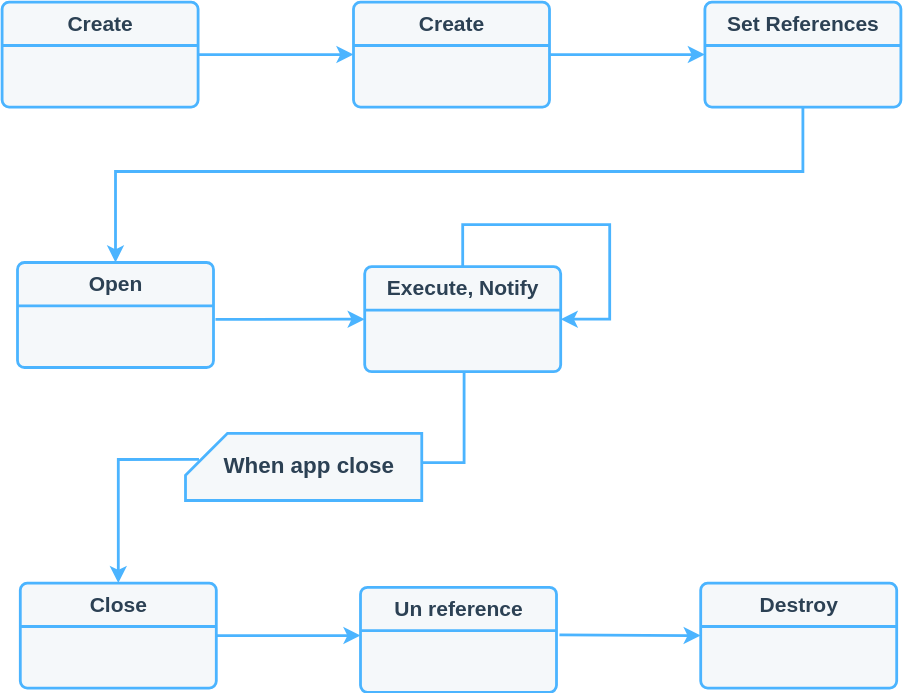
This is static/images/tutorials/component_lifecycle/component_lifecycle_scheme.svg from pip-services/pip-services-docs, a draw.io export, as it was before one commit. Source tidied: cells renumbered, new cells last; positions are measured from the earlier drawing's top-left corner, leaving out a move shared by most shapes. Source of this version:
```xml
<mxGraphModel>
  <root>
    <mxCell id="0" />
    <mxCell id="1" parent="0" />
    <mxCell id="2" style="endArrow=classic;html=1;rounded=0;fontFamily=Source Sans pro;fontSource=https%3A%2F%2Ffonts.googleapis.com%2Fcss%3Ffamily%3DSource%2BSans%2Bpro;fontSize=14;fontColor=#33FF99;strokeColor=#4BB4FF;strokeWidth=2;exitX=1;exitY=0.5;exitDx=0;exitDy=0;sketch=0;entryX=0;entryY=0.5;entryDx=0;entryDy=0;" parent="1" edge="1" source="12" target="14">
      <mxGeometry relative="1" as="geometry" />
    </mxCell>
    <mxCell id="3" style="edgeStyle=orthogonalEdgeStyle;rounded=0;jettySize=auto;html=1;fontFamily=Source Sans pro;fontSource=https%3A%2F%2Ffonts.googleapis.com%2Fcss%3Ffamily%3DSource%2BSans%2Bpro;fontSize=14;fontColor=#33FF99;startArrow=none;strokeWidth=2;strokeColor=#4BB4FF;entryX=0.5;entryY=0;entryDx=0;entryDy=0;sketch=0;exitX=0.057;exitY=0.389;exitDx=0;exitDy=0;exitPerimeter=0;" parent="1" edge="1" source="4" target="23">
      <mxGeometry relative="1" as="geometry">
        <Array as="points">
          <mxPoint x="83" y="327" />
        </Array>
      </mxGeometry>
    </mxCell>
    <mxCell id="4" style="shape=card;whiteSpace=wrap;html=1;shadow=0;glass=0;labelBackgroundColor=none;labelBorderColor=none;sketch=0;fontFamily=Helvetica;fontSource=https%3A%2F%2Ffonts.googleapis.com%2Fcss%3Ffamily%3DSource%2BSans%2Bpro;fontSize=13;fontColor=default;strokeColor=#4BB4FF;strokeWidth=2;fillColor=#F5F8FA;gradientColor=none;rounded=1;arcSize=0;" parent="1" vertex="1">
      <mxGeometry x="131" y="308" width="168.8" height="48" as="geometry" />
    </mxCell>
    <mxCell id="5" style="edgeStyle=orthogonalEdgeStyle;rounded=0;jettySize=auto;html=1;fontFamily=Source Sans pro;fontSource=https%3A%2F%2Ffonts.googleapis.com%2Fcss%3Ffamily%3DSource%2BSans%2Bpro;fontSize=14;fontColor=#33FF99;endArrow=none;strokeWidth=2;strokeColor=#4BB4FF;sketch=0;exitX=0.5;exitY=1;exitDx=0;exitDy=0;" parent="1" edge="1" source="21" target="4">
      <mxGeometry relative="1" as="geometry">
        <Array as="points">
          <mxPoint x="330" y="264" />
          <mxPoint x="330" y="329" />
        </Array>
      </mxGeometry>
    </mxCell>
    <mxCell id="6" value="&lt;font style=&quot;font-size: 16px;&quot;&gt;When app close&lt;/font&gt;" style="text;strokeColor=none;fillColor=none;align=center;verticalAlign=middle;rounded=0;shadow=0;glass=0;labelBackgroundColor=none;sketch=0;fontSize=14;fontFamily=Helvetica;fontColor=#2C4154;labelBorderColor=none;whiteSpace=wrap;html=1;fontStyle=1;horizontal=1;fontSource=https%3A%2F%2Ffonts.googleapis.com%2Fcss%3Ffamily%3DSource%2BSans%2Bpro;" parent="1" vertex="1">
      <mxGeometry x="155.6" y="316" width="127.4" height="30" as="geometry" />
    </mxCell>
    <mxCell id="7" style="endArrow=classic;html=1;rounded=0;fontFamily=Source Sans pro;fontSource=https%3A%2F%2Ffonts.googleapis.com%2Fcss%3Ffamily%3DSource%2BSans%2Bpro;fontSize=14;fontColor=#33FF99;strokeColor=#4BB4FF;strokeWidth=2;entryX=0;entryY=0.5;entryDx=0;entryDy=0;sketch=0;exitX=1;exitY=0.5;exitDx=0;exitDy=0;" parent="1" edge="1" source="14" target="16">
      <mxGeometry relative="1" as="geometry" />
    </mxCell>
    <mxCell id="8" style="endArrow=classic;html=1;rounded=0;fontFamily=Source Sans pro;fontSource=https%3A%2F%2Ffonts.googleapis.com%2Fcss%3Ffamily%3DSource%2BSans%2Bpro;fontSize=14;fontColor=#33FF99;strokeColor=#4BB4FF;strokeWidth=2;exitX=1.003;exitY=0.604;exitDx=0;exitDy=0;exitPerimeter=0;sketch=0;entryX=0;entryY=0.5;entryDx=0;entryDy=0;" parent="1" edge="1" target="21">
      <mxGeometry relative="1" as="geometry">
        <mxPoint x="152.4" y="226.7" as="sourcePoint" />
      </mxGeometry>
    </mxCell>
    <mxCell id="9" style="edgeStyle=orthogonalEdgeStyle;rounded=0;orthogonalLoop=1;jettySize=auto;html=1;entryX=1;entryY=0.5;entryDx=0;entryDy=0;fontFamily=Source Sans pro;fontSource=https%3A%2F%2Ffonts.googleapis.com%2Fcss%3Ffamily%3DSource%2BSans%2Bpro;fontSize=16;fontColor=#323232;strokeColor=#4BB4FF;strokeWidth=2;exitX=0.5;exitY=0;exitDx=0;exitDy=0;sketch=0;" parent="1" edge="1" source="21" target="21">
      <mxGeometry relative="1" as="geometry">
        <Array as="points">
          <mxPoint x="329" y="159" />
          <mxPoint x="434" y="159" />
          <mxPoint x="434" y="227" />
        </Array>
      </mxGeometry>
    </mxCell>
    <mxCell id="10" style="endArrow=classic;html=1;rounded=0;fontFamily=Source Sans pro;fontSource=https%3A%2F%2Ffonts.googleapis.com%2Fcss%3Ffamily%3DSource%2BSans%2Bpro;fontSize=14;fontColor=#33FF99;strokeColor=#4BB4FF;strokeWidth=2;entryX=0;entryY=0.5;entryDx=0;entryDy=0;sketch=0;" parent="1" edge="1" target="27">
      <mxGeometry relative="1" as="geometry">
        <mxPoint x="398.1" y="452" as="sourcePoint" />
      </mxGeometry>
    </mxCell>
    <mxCell id="11" style="endArrow=classic;html=1;rounded=0;fontFamily=Source Sans pro;fontSource=https%3A%2F%2Ffonts.googleapis.com%2Fcss%3Ffamily%3DSource%2BSans%2Bpro;fontSize=14;fontColor=#33FF99;strokeColor=#4BB4FF;strokeWidth=2;sketch=0;exitX=1;exitY=0.5;exitDx=0;exitDy=0;entryX=0;entryY=0.46;entryDx=0;entryDy=0;entryPerimeter=0;" parent="1" edge="1" source="23" target="25">
      <mxGeometry relative="1" as="geometry" />
    </mxCell>
    <mxCell id="12" value="Create" style="html=1;align=center;verticalAlign=top;rounded=1;absoluteArcSize=1;arcSize=10;dashed=0;sketch=0;strokeColor=#4BB4FF;strokeWidth=2;fontStyle=1;fontSize=15;fillColor=#F5F8FA;fontColor=#2C4154;" parent="1" vertex="1">
      <mxGeometry width="140" height="75" as="geometry" />
    </mxCell>
    <mxCell id="13" style="endArrow=none;html=1;rounded=0;fontFamily=Source Sans pro;fontSource=https%3A%2F%2Ffonts.googleapis.com%2Fcss%3Ffamily%3DSource%2BSans%2Bpro;fontSize=14;fontColor=#FFFF33;strokeColor=#4BB4FF;strokeWidth=2;sketch=0;" parent="1" edge="1">
      <mxGeometry relative="1" as="geometry">
        <mxPoint x="140" y="31" as="sourcePoint" />
        <mxPoint y="31" as="targetPoint" />
        <Array as="points">
          <mxPoint x="140" y="31" />
        </Array>
      </mxGeometry>
    </mxCell>
    <mxCell id="14" value="Create" style="html=1;align=center;verticalAlign=top;rounded=1;absoluteArcSize=1;arcSize=10;dashed=0;sketch=0;strokeColor=#4BB4FF;strokeWidth=2;fontStyle=1;fontSize=15;fillColor=#F5F8FA;fontColor=#2C4154;" parent="1" vertex="1">
      <mxGeometry x="251" width="140" height="75" as="geometry" />
    </mxCell>
    <mxCell id="15" style="endArrow=none;html=1;rounded=0;fontFamily=Source Sans pro;fontSource=https%3A%2F%2Ffonts.googleapis.com%2Fcss%3Ffamily%3DSource%2BSans%2Bpro;fontSize=14;fontColor=#FFFF33;strokeColor=#4BB4FF;strokeWidth=2;sketch=0;" parent="1" edge="1">
      <mxGeometry relative="1" as="geometry">
        <mxPoint x="391" y="31" as="sourcePoint" />
        <mxPoint x="251" y="31" as="targetPoint" />
        <Array as="points">
          <mxPoint x="391" y="31" />
        </Array>
      </mxGeometry>
    </mxCell>
    <mxCell id="16" value="Set References" style="html=1;align=center;verticalAlign=top;rounded=1;absoluteArcSize=1;arcSize=10;dashed=0;sketch=0;strokeColor=#4BB4FF;strokeWidth=2;fontStyle=1;fontSize=15;fillColor=#F5F8FA;fontColor=#2C4154;" parent="1" vertex="1">
      <mxGeometry x="502" width="140" height="75" as="geometry" />
    </mxCell>
    <mxCell id="17" style="endArrow=none;html=1;rounded=0;fontFamily=Source Sans pro;fontSource=https%3A%2F%2Ffonts.googleapis.com%2Fcss%3Ffamily%3DSource%2BSans%2Bpro;fontSize=14;fontColor=#FFFF33;strokeColor=#4BB4FF;strokeWidth=2;sketch=0;" parent="1" edge="1">
      <mxGeometry relative="1" as="geometry">
        <mxPoint x="642" y="31" as="sourcePoint" />
        <mxPoint x="502" y="31" as="targetPoint" />
        <Array as="points">
          <mxPoint x="642" y="31" />
        </Array>
      </mxGeometry>
    </mxCell>
    <mxCell id="18" value="Open" style="html=1;align=center;verticalAlign=top;rounded=1;absoluteArcSize=1;arcSize=10;dashed=0;sketch=0;strokeColor=#4BB4FF;strokeWidth=2;fontStyle=1;fontSize=15;fillColor=#F5F8FA;fontColor=#2C4154;" parent="1" vertex="1">
      <mxGeometry x="11" y="186" width="140" height="75" as="geometry" />
    </mxCell>
    <mxCell id="19" style="endArrow=none;html=1;rounded=0;fontFamily=Source Sans pro;fontSource=https%3A%2F%2Ffonts.googleapis.com%2Fcss%3Ffamily%3DSource%2BSans%2Bpro;fontSize=14;fontColor=#FFFF33;strokeColor=#4BB4FF;strokeWidth=2;sketch=0;" parent="1" edge="1">
      <mxGeometry relative="1" as="geometry">
        <mxPoint x="151" y="217" as="sourcePoint" />
        <mxPoint x="11" y="217" as="targetPoint" />
        <Array as="points">
          <mxPoint x="151" y="217" />
        </Array>
      </mxGeometry>
    </mxCell>
    <mxCell id="20" style="endArrow=classic;html=1;rounded=0;fontSize=15;fontColor=#2C4154;exitX=0.5;exitY=1;exitDx=0;exitDy=0;entryX=0.5;entryY=0;entryDx=0;entryDy=0;edgeStyle=orthogonalEdgeStyle;strokeColor=#4BB4FF;strokeWidth=2;" parent="1" edge="1" source="16" target="18">
      <mxGeometry relative="1" as="geometry">
        <Array as="points">
          <mxPoint x="572" y="121" />
          <mxPoint x="81" y="121" />
        </Array>
      </mxGeometry>
    </mxCell>
    <mxCell id="21" value="Execute, Notify" style="html=1;align=center;verticalAlign=top;rounded=1;absoluteArcSize=1;arcSize=10;dashed=0;sketch=0;strokeColor=#4BB4FF;strokeWidth=2;fontStyle=1;fontSize=15;fillColor=#F5F8FA;fontColor=#2C4154;" parent="1" vertex="1">
      <mxGeometry x="259" y="189" width="140" height="75" as="geometry" />
    </mxCell>
    <mxCell id="22" style="endArrow=none;html=1;rounded=0;fontFamily=Source Sans pro;fontSource=https%3A%2F%2Ffonts.googleapis.com%2Fcss%3Ffamily%3DSource%2BSans%2Bpro;fontSize=14;fontColor=#FFFF33;strokeColor=#4BB4FF;strokeWidth=2;sketch=0;" parent="1" edge="1">
      <mxGeometry relative="1" as="geometry">
        <mxPoint x="399" y="220" as="sourcePoint" />
        <mxPoint x="259" y="220" as="targetPoint" />
        <Array as="points">
          <mxPoint x="399" y="220" />
        </Array>
      </mxGeometry>
    </mxCell>
    <mxCell id="23" value="Close" style="html=1;align=center;verticalAlign=top;rounded=1;absoluteArcSize=1;arcSize=10;dashed=0;sketch=0;strokeColor=#4BB4FF;strokeWidth=2;fontStyle=1;fontSize=15;fillColor=#F5F8FA;fontColor=#2C4154;" parent="1" vertex="1">
      <mxGeometry x="13" y="415" width="140" height="75" as="geometry" />
    </mxCell>
    <mxCell id="24" style="endArrow=none;html=1;rounded=0;fontFamily=Source Sans pro;fontSource=https%3A%2F%2Ffonts.googleapis.com%2Fcss%3Ffamily%3DSource%2BSans%2Bpro;fontSize=14;fontColor=#FFFF33;strokeColor=#4BB4FF;strokeWidth=2;sketch=0;" parent="1" edge="1">
      <mxGeometry relative="1" as="geometry">
        <mxPoint x="153" y="446" as="sourcePoint" />
        <mxPoint x="13" y="446" as="targetPoint" />
        <Array as="points">
          <mxPoint x="153" y="446" />
        </Array>
      </mxGeometry>
    </mxCell>
    <mxCell id="25" value="Un reference" style="html=1;align=center;verticalAlign=top;rounded=1;absoluteArcSize=1;arcSize=10;dashed=0;sketch=0;strokeColor=#4BB4FF;strokeWidth=2;fontStyle=1;fontSize=15;fillColor=#F5F8FA;fontColor=#2C4154;" parent="1" vertex="1">
      <mxGeometry x="256" y="418" width="140" height="75" as="geometry" />
    </mxCell>
    <mxCell id="26" style="endArrow=none;html=1;rounded=0;fontFamily=Source Sans pro;fontSource=https%3A%2F%2Ffonts.googleapis.com%2Fcss%3Ffamily%3DSource%2BSans%2Bpro;fontSize=14;fontColor=#FFFF33;strokeColor=#4BB4FF;strokeWidth=2;sketch=0;" parent="1" edge="1">
      <mxGeometry relative="1" as="geometry">
        <mxPoint x="396" y="449" as="sourcePoint" />
        <mxPoint x="256" y="449" as="targetPoint" />
        <Array as="points">
          <mxPoint x="396" y="449" />
        </Array>
      </mxGeometry>
    </mxCell>
    <mxCell id="27" value="Destroy" style="html=1;align=center;verticalAlign=top;rounded=1;absoluteArcSize=1;arcSize=10;dashed=0;sketch=0;strokeColor=#4BB4FF;strokeWidth=2;fontStyle=1;fontSize=15;fillColor=#F5F8FA;fontColor=#2C4154;" parent="1" vertex="1">
      <mxGeometry x="499" y="415" width="140" height="75" as="geometry" />
    </mxCell>
    <mxCell id="28" style="endArrow=none;html=1;rounded=0;fontFamily=Source Sans pro;fontSource=https%3A%2F%2Ffonts.googleapis.com%2Fcss%3Ffamily%3DSource%2BSans%2Bpro;fontSize=14;fontColor=#FFFF33;strokeColor=#4BB4FF;strokeWidth=2;sketch=0;" parent="1" edge="1">
      <mxGeometry relative="1" as="geometry">
        <mxPoint x="639" y="446" as="sourcePoint" />
        <mxPoint x="499" y="446" as="targetPoint" />
        <Array as="points">
          <mxPoint x="639" y="446" />
        </Array>
      </mxGeometry>
    </mxCell>
  </root>
</mxGraphModel>
```
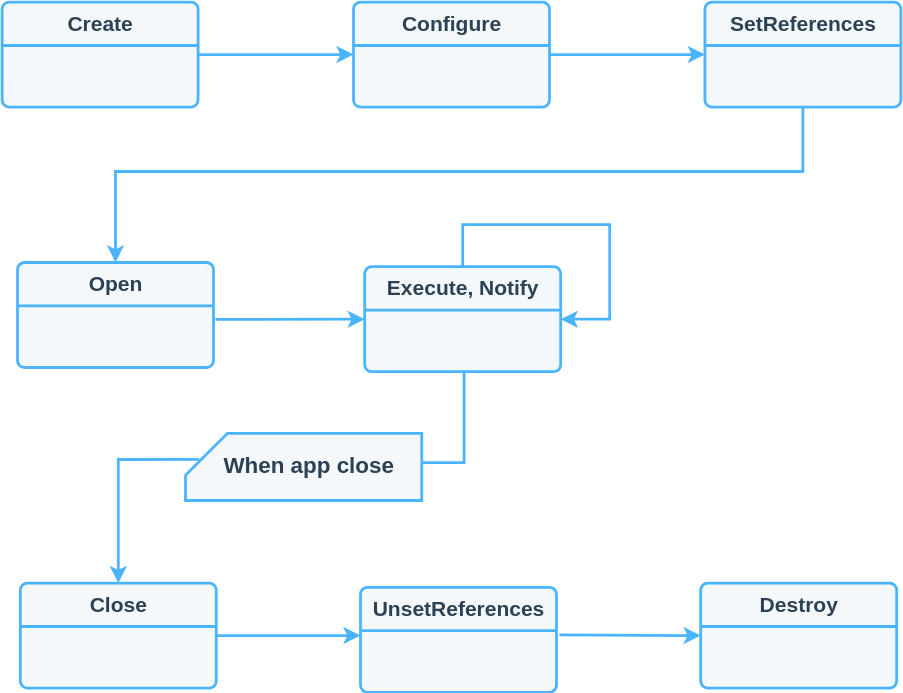
The same diagram one commit later.

Commit message:
fixed component lifecycle diagram

The edit, as a diff of the source:
```diff
@@ -63,7 +63,7 @@
         </Array>
       </mxGeometry>
     </mxCell>
-    <mxCell id="14" value="Create" style="html=1;align=center;verticalAlign=top;rounded=1;absoluteArcSize=1;arcSize=10;dashed=0;sketch=0;strokeColor=#4BB4FF;strokeWidth=2;fontStyle=1;fontSize=15;fillColor=#F5F8FA;fontColor=#2C4154;" parent="1" vertex="1">
+    <mxCell id="14" value="Configure" style="html=1;align=center;verticalAlign=top;rounded=1;absoluteArcSize=1;arcSize=10;dashed=0;sketch=0;strokeColor=#4BB4FF;strokeWidth=2;fontStyle=1;fontSize=15;fillColor=#F5F8FA;fontColor=#2C4154;" parent="1" vertex="1">
       <mxGeometry x="251" width="140" height="75" as="geometry" />
     </mxCell>
     <mxCell id="15" style="endArrow=none;html=1;rounded=0;fontFamily=Source Sans pro;fontSource=https%3A%2F%2Ffonts.googleapis.com%2Fcss%3Ffamily%3DSource%2BSans%2Bpro;fontSize=14;fontColor=#FFFF33;strokeColor=#4BB4FF;strokeWidth=2;sketch=0;" parent="1" edge="1">
@@ -75,7 +75,7 @@
         </Array>
       </mxGeometry>
     </mxCell>
-    <mxCell id="16" value="Set References" style="html=1;align=center;verticalAlign=top;rounded=1;absoluteArcSize=1;arcSize=10;dashed=0;sketch=0;strokeColor=#4BB4FF;strokeWidth=2;fontStyle=1;fontSize=15;fillColor=#F5F8FA;fontColor=#2C4154;" parent="1" vertex="1">
+    <mxCell id="16" value="SetReferences" style="html=1;align=center;verticalAlign=top;rounded=1;absoluteArcSize=1;arcSize=10;dashed=0;sketch=0;strokeColor=#4BB4FF;strokeWidth=2;fontStyle=1;fontSize=15;fillColor=#F5F8FA;fontColor=#2C4154;" parent="1" vertex="1">
       <mxGeometry x="502" width="140" height="75" as="geometry" />
     </mxCell>
     <mxCell id="17" style="endArrow=none;html=1;rounded=0;fontFamily=Source Sans pro;fontSource=https%3A%2F%2Ffonts.googleapis.com%2Fcss%3Ffamily%3DSource%2BSans%2Bpro;fontSize=14;fontColor=#FFFF33;strokeColor=#4BB4FF;strokeWidth=2;sketch=0;" parent="1" edge="1">
@@ -131,7 +131,7 @@
         </Array>
       </mxGeometry>
     </mxCell>
-    <mxCell id="25" value="Un reference" style="html=1;align=center;verticalAlign=top;rounded=1;absoluteArcSize=1;arcSize=10;dashed=0;sketch=0;strokeColor=#4BB4FF;strokeWidth=2;fontStyle=1;fontSize=15;fillColor=#F5F8FA;fontColor=#2C4154;" parent="1" vertex="1">
+    <mxCell id="25" value="UnsetReferences" style="html=1;align=center;verticalAlign=top;rounded=1;absoluteArcSize=1;arcSize=10;dashed=0;sketch=0;strokeColor=#4BB4FF;strokeWidth=2;fontStyle=1;fontSize=15;fillColor=#F5F8FA;fontColor=#2C4154;" parent="1" vertex="1">
       <mxGeometry x="256" y="418" width="140" height="75" as="geometry" />
     </mxCell>
     <mxCell id="26" style="endArrow=none;html=1;rounded=0;fontFamily=Source Sans pro;fontSource=https%3A%2F%2Ffonts.googleapis.com%2Fcss%3Ffamily%3DSource%2BSans%2Bpro;fontSize=14;fontColor=#FFFF33;strokeColor=#4BB4FF;strokeWidth=2;sketch=0;" parent="1" edge="1">
```
